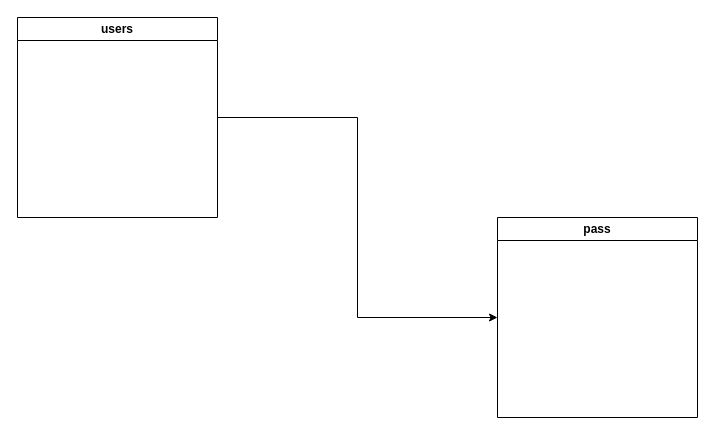
Before: docs/database_diagram.drawio in jlk31/CS-NEA, a draw.io diagram. Source tidied: cells renumbered, new cells numbered last; positions are measured from the earlier drawing's top-left corner, leaving out a move shared by most shapes. Both pictures are drawn from the tidied source at 100%, with x=0, y=0 at pixel (17, 17).
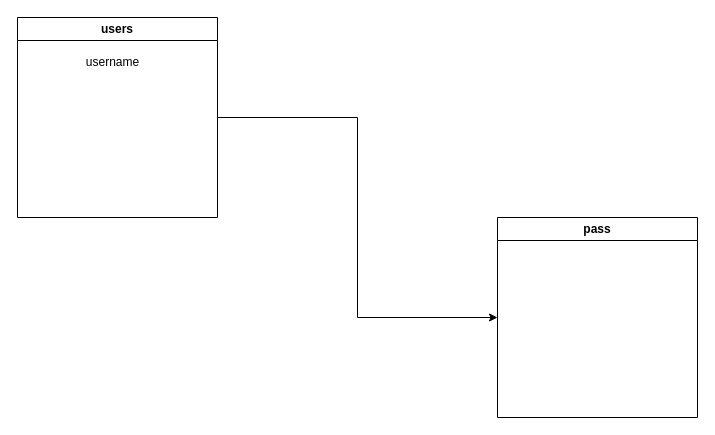
The same diagram, later.

The edit, as a diff of the source:
```diff
@@
 <mxGraphModel>
   <root>
     <mxCell id="0" />
     <mxCell id="1" parent="0" />
     <mxCell id="2" style="edgeStyle=orthogonalEdgeStyle;rounded=0;jettySize=auto;html=1;exitX=1;exitY=0.5;exitDx=0;exitDy=0;entryX=0;entryY=0.5;entryDx=0;entryDy=0;" parent="1" edge="1" source="3" target="4">
       <mxGeometry relative="1" as="geometry" />
     </mxCell>
     <mxCell id="3" value="users" style="swimlane;whiteSpace=wrap;html=1;" parent="1" vertex="1">
       <mxGeometry width="200" height="200" as="geometry" />
     </mxCell>
+    <mxCell id="5" value="username" style="text;html=1;align=center;verticalAlign=middle;strokeColor=none;fillColor=none;" parent="3" vertex="1">
+      <mxGeometry x="55" y="30" width="80" height="30" as="geometry" />
+    </mxCell>
     <mxCell id="4" value="pass" style="swimlane;whiteSpace=wrap;html=1;" parent="1" vertex="1">
       <mxGeometry x="480" y="200" width="200" height="200" as="geometry" />
     </mxCell>
   </root>
 </mxGraphModel>
```
